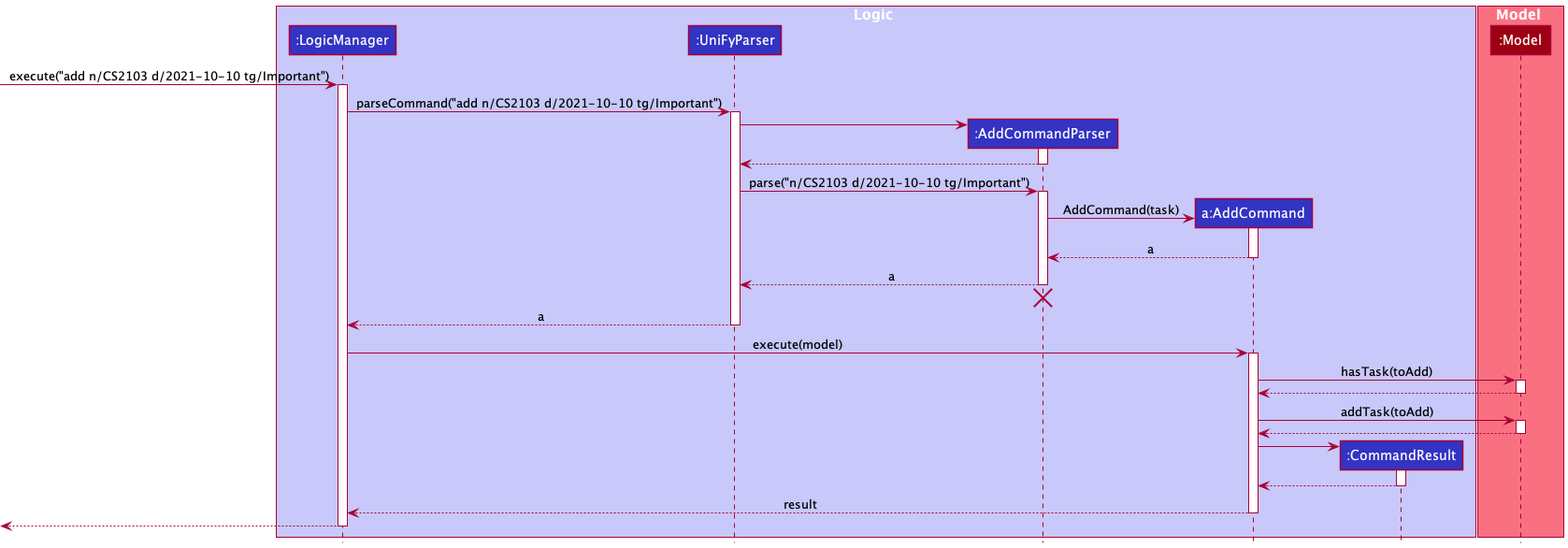
This is docs/images/AddSequenceDiagram.png from nus-cs2103-AY2122S1/tp, a PlantUML export, as it was before one commit.
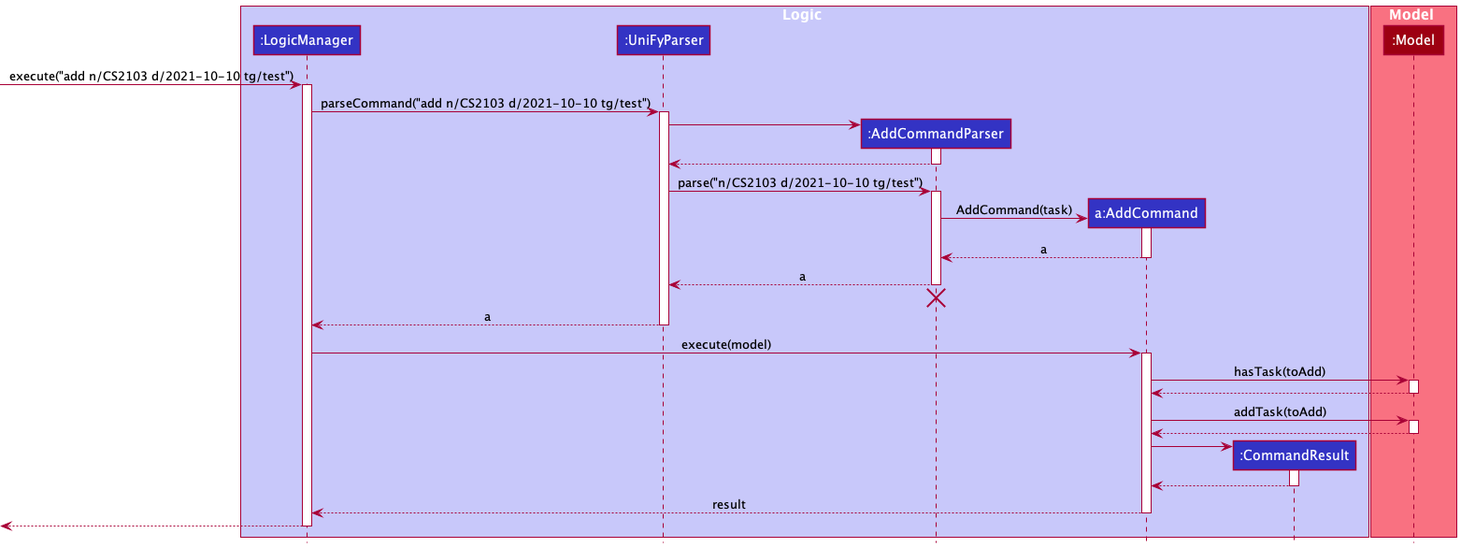
After the commit.

Diff of the diagram source:
```diff
@@ -13,10 +13,10 @@
 participant ":Model" as Model MODEL_COLOR
 end box
 
-[-> LogicManager : execute("add n/CS2103 d/2021-10-10 tg/Important")
+[-> LogicManager : execute("add n/CS2103 d/2021-10-10 tg/test")
 activate LogicManager
 
-LogicManager -> UniFyParser : parseCommand("add n/CS2103 d/2021-10-10 tg/Important")
+LogicManager -> UniFyParser : parseCommand("add n/CS2103 d/2021-10-10 tg/test")
 activate UniFyParser
 
 create AddCommandParser
@@ -26,7 +26,7 @@
 AddCommandParser --> UniFyParser
 deactivate AddCommandParser
 
-UniFyParser -> AddCommandParser : parse("n/CS2103 d/2021-10-10 tg/Important")
+UniFyParser -> AddCommandParser : parse("n/CS2103 d/2021-10-10 tg/test")
 activate AddCommandParser
 
 create AddCommand
```
